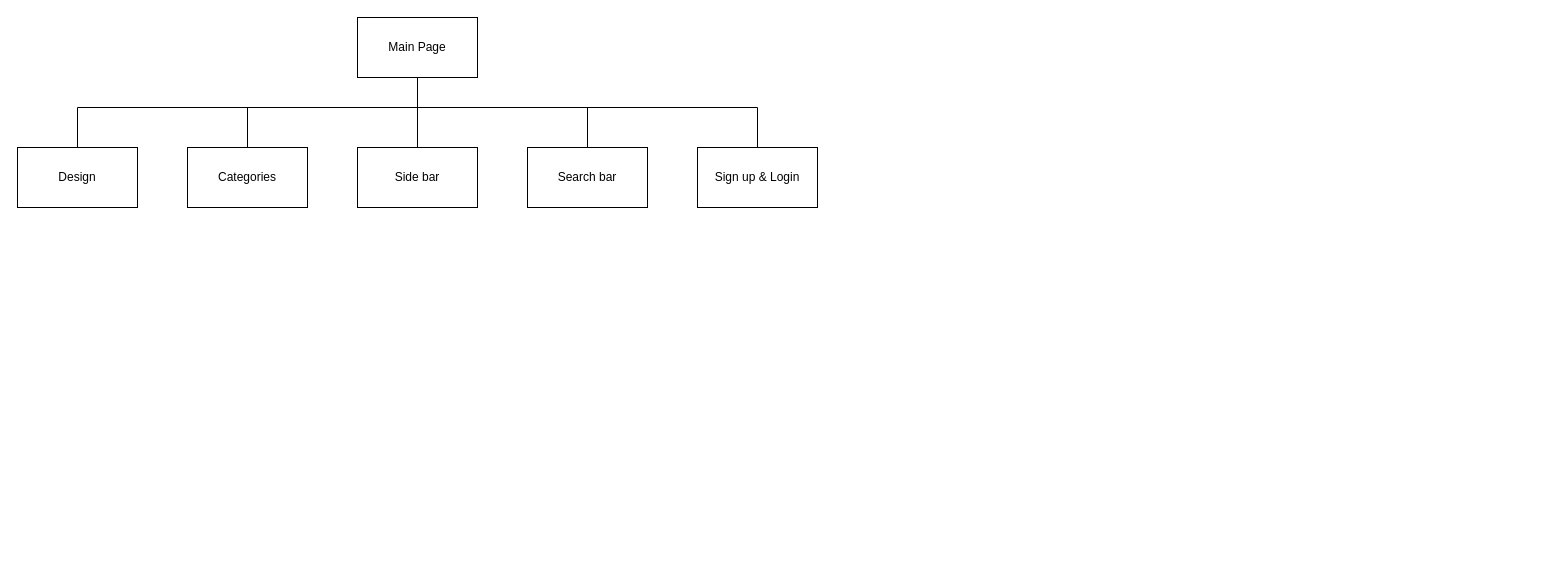
This is Untitled Diagram.drawio from cpssmgyu/Object-oriented-Programming-Assignment-, a draw.io file, before an edit. Source tidied: cells renumbered, new cells numbered last; positions are measured from the earlier drawing's top-left corner, leaving out a move shared by most shapes. Both pictures are drawn from the tidied source at 100%, with x=0, y=0 at pixel (17, 17).
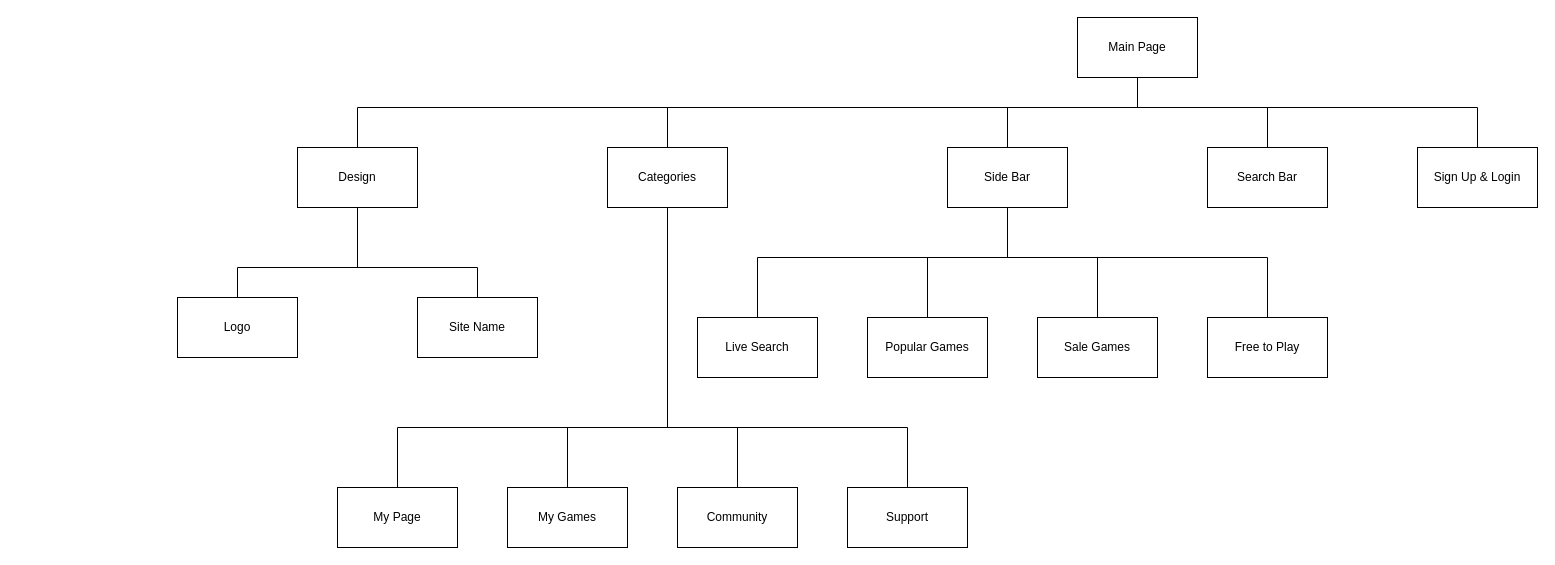
The same page after the edit.

Change to the diagram source:
```diff
@@
     <mxCell id="2" value="Main Page" style="rounded=0;whiteSpace=wrap;html=1;" parent="1" vertex="1">
-      <mxGeometry x="340" width="120" height="60" as="geometry" />
+      <mxGeometry x="1060" width="120" height="60" as="geometry" />
     </mxCell>
     <mxCell id="3" style="endArrow=none;html=1;entryX=0.5;entryY=1;entryDx=0;entryDy=0;" parent="1" edge="1" target="2">
       <mxGeometry relative="1" as="geometry">
-        <mxPoint x="400" y="90" as="sourcePoint" />
+        <mxPoint x="1120" y="90" as="sourcePoint" />
       </mxGeometry>
     </mxCell>
     <mxCell id="4" style="endArrow=none;html=1;" parent="1" edge="1">
       <mxGeometry relative="1" as="geometry">
-        <mxPoint x="60" y="130" as="sourcePoint" />
-        <mxPoint x="60" y="90" as="targetPoint" />
+        <mxPoint x="340" y="130" as="sourcePoint" />
+        <mxPoint x="340" y="90" as="targetPoint" />
       </mxGeometry>
     </mxCell>
     <mxCell id="5" style="endArrow=none;html=1;" parent="1" edge="1">
       <mxGeometry relative="1" as="geometry">
-        <mxPoint x="740" y="90" as="sourcePoint" />
-        <mxPoint x="60" y="90" as="targetPoint" />
+        <mxPoint x="1460" y="90" as="sourcePoint" />
+        <mxPoint x="340" y="90" as="targetPoint" />
       </mxGeometry>
     </mxCell>
     <mxCell id="6" value="Design" style="rounded=0;whiteSpace=wrap;html=1;" parent="1" vertex="1">
-      <mxGeometry y="130" width="120" height="60" as="geometry" />
+      <mxGeometry x="280" y="130" width="120" height="60" as="geometry" />
     </mxCell>
     <mxCell id="7" style="endArrow=none;html=1;" parent="1" edge="1">
       <mxGeometry relative="1" as="geometry">
-        <mxPoint x="230" y="130" as="sourcePoint" />
-        <mxPoint x="230" y="90" as="targetPoint" />
+        <mxPoint x="650" y="130" as="sourcePoint" />
+        <mxPoint x="650" y="90" as="targetPoint" />
       </mxGeometry>
     </mxCell>
     <mxCell id="8" value="Categories" style="rounded=0;whiteSpace=wrap;html=1;" parent="1" vertex="1">
-      <mxGeometry x="170" y="130" width="120" height="60" as="geometry" />
+      <mxGeometry x="590" y="130" width="120" height="60" as="geometry" />
     </mxCell>
-    <mxCell id="9" style="endArrow=none;html=1;" parent="1" edge="1">
+    <mxCell id="9" style="endArrow=none;html=1;" parent="1" edge="1" source="10">
       <mxGeometry relative="1" as="geometry">
-        <mxPoint x="400" y="130" as="sourcePoint" />
-        <mxPoint x="400" y="90" as="targetPoint" />
+        <mxPoint x="990" y="90" as="targetPoint" />
       </mxGeometry>
     </mxCell>
-    <mxCell id="10" value="Side bar" style="rounded=0;whiteSpace=wrap;html=1;" parent="1" vertex="1">
-      <mxGeometry x="340" y="130" width="120" height="60" as="geometry" />
+    <mxCell id="10" value="Side Bar" style="rounded=0;whiteSpace=wrap;html=1;" parent="1" vertex="1">
+      <mxGeometry x="930" y="130" width="120" height="60" as="geometry" />
     </mxCell>
     <mxCell id="11" style="endArrow=none;html=1;" parent="1" edge="1">
       <mxGeometry relative="1" as="geometry">
-        <mxPoint x="740" y="130" as="sourcePoint" />
-        <mxPoint x="740" y="90" as="targetPoint" />
+        <mxPoint x="1460" y="130" as="sourcePoint" />
+        <mxPoint x="1460" y="90" as="targetPoint" />
       </mxGeometry>
     </mxCell>
-    <mxCell id="12" value="Sign up &amp;amp; Login" style="rounded=0;whiteSpace=wrap;html=1;" parent="1" vertex="1">
-      <mxGeometry x="680" y="130" width="120" height="60" as="geometry" />
+    <mxCell id="12" value="Sign Up &amp;amp; Login" style="rounded=0;whiteSpace=wrap;html=1;" parent="1" vertex="1">
+      <mxGeometry x="1400" y="130" width="120" height="60" as="geometry" />
     </mxCell>
     <mxCell id="13" style="endArrow=none;html=1;" parent="1" edge="1">
       <mxGeometry relative="1" as="geometry">
-        <mxPoint x="570" y="130" as="sourcePoint" />
-        <mxPoint x="570" y="90" as="targetPoint" />
+        <mxPoint x="1250" y="130" as="sourcePoint" />
+        <mxPoint x="1250" y="90" as="targetPoint" />
       </mxGeometry>
     </mxCell>
-    <mxCell id="14" value="Search bar" style="rounded=0;whiteSpace=wrap;html=1;" parent="1" vertex="1">
-      <mxGeometry x="510" y="130" width="120" height="60" as="geometry" />
+    <mxCell id="14" value="Search Bar" style="rounded=0;whiteSpace=wrap;html=1;" parent="1" vertex="1">
+      <mxGeometry x="1190" y="130" width="120" height="60" as="geometry" />
     </mxCell>
+    <mxCell id="15" style="endArrow=none;html=1;entryX=0.5;entryY=1;entryDx=0;entryDy=0;" parent="1" edge="1" target="6">
+      <mxGeometry relative="1" as="geometry">
+        <mxPoint x="340" y="250" as="sourcePoint" />
+      </mxGeometry>
+    </mxCell>
+    <mxCell id="16" value="Logo" style="rounded=0;whiteSpace=wrap;html=1;" parent="1" vertex="1">
+      <mxGeometry x="160" y="280" width="120" height="60" as="geometry" />
+    </mxCell>
+    <mxCell id="17" style="endArrow=none;html=1;" parent="1" edge="1">
+      <mxGeometry relative="1" as="geometry">
+        <mxPoint x="220" y="250" as="sourcePoint" />
+        <mxPoint x="460" y="250" as="targetPoint" />
+      </mxGeometry>
+    </mxCell>
+    <mxCell id="18" style="endArrow=none;html=1;exitX=0.5;exitY=0;exitDx=0;exitDy=0;" parent="1" edge="1" source="16">
+      <mxGeometry relative="1" as="geometry">
+        <mxPoint x="220" y="250" as="targetPoint" />
+      </mxGeometry>
+    </mxCell>
+    <mxCell id="19" style="endArrow=none;html=1;" parent="1" edge="1">
+      <mxGeometry relative="1" as="geometry">
+        <mxPoint x="460" y="280" as="sourcePoint" />
+        <mxPoint x="460" y="250" as="targetPoint" />
+      </mxGeometry>
+    </mxCell>
+    <mxCell id="20" value="Site Name" style="rounded=0;whiteSpace=wrap;html=1;" parent="1" vertex="1">
+      <mxGeometry x="400" y="280" width="120" height="60" as="geometry" />
+    </mxCell>
+    <mxCell id="21" style="endArrow=none;html=1;entryX=0.5;entryY=1;entryDx=0;entryDy=0;" parent="1" edge="1" target="8">
+      <mxGeometry relative="1" as="geometry">
+        <mxPoint x="650" y="410" as="sourcePoint" />
+      </mxGeometry>
+    </mxCell>
+    <mxCell id="22" style="endArrow=none;html=1;" parent="1" edge="1">
+      <mxGeometry relative="1" as="geometry">
+        <mxPoint x="380" y="410" as="sourcePoint" />
+        <mxPoint x="890" y="410" as="targetPoint" />
+      </mxGeometry>
+    </mxCell>
+    <mxCell id="23" style="endArrow=none;html=1;" parent="1" edge="1">
+      <mxGeometry relative="1" as="geometry">
+        <mxPoint x="380" y="410" as="sourcePoint" />
+        <mxPoint x="380" y="470" as="targetPoint" />
+      </mxGeometry>
+    </mxCell>
+    <mxCell id="24" style="endArrow=none;html=1;" parent="1" edge="1">
+      <mxGeometry relative="1" as="geometry">
+        <mxPoint x="550" y="410" as="sourcePoint" />
+        <mxPoint x="550" y="470" as="targetPoint" />
+      </mxGeometry>
+    </mxCell>
+    <mxCell id="25" value="My Page" style="rounded=0;whiteSpace=wrap;html=1;" parent="1" vertex="1">
+      <mxGeometry x="320" y="470" width="120" height="60" as="geometry" />
+    </mxCell>
+    <mxCell id="26" value="My Games" style="rounded=0;whiteSpace=wrap;html=1;" parent="1" vertex="1">
+      <mxGeometry x="490" y="470" width="120" height="60" as="geometry" />
+    </mxCell>
+    <mxCell id="27" style="endArrow=none;html=1;" parent="1" edge="1">
+      <mxGeometry relative="1" as="geometry">
+        <mxPoint x="720" y="410" as="sourcePoint" />
+        <mxPoint x="720" y="470" as="targetPoint" />
+      </mxGeometry>
+    </mxCell>
+    <mxCell id="28" value="Community" style="rounded=0;whiteSpace=wrap;html=1;" parent="1" vertex="1">
+      <mxGeometry x="660" y="470" width="120" height="60" as="geometry" />
+    </mxCell>
+    <mxCell id="29" style="endArrow=none;html=1;" parent="1" edge="1">
+      <mxGeometry relative="1" as="geometry">
+        <mxPoint x="890" y="410" as="sourcePoint" />
+        <mxPoint x="890" y="470" as="targetPoint" />
+      </mxGeometry>
+    </mxCell>
+    <mxCell id="30" value="Support" style="rounded=0;whiteSpace=wrap;html=1;" parent="1" vertex="1">
+      <mxGeometry x="830" y="470" width="120" height="60" as="geometry" />
+    </mxCell>
+    <mxCell id="31" style="endArrow=none;html=1;" parent="1" edge="1">
+      <mxGeometry relative="1" as="geometry">
+        <mxPoint x="740" y="240" as="sourcePoint" />
+        <mxPoint x="1250" y="240" as="targetPoint" />
+      </mxGeometry>
+    </mxCell>
+    <mxCell id="32" style="endArrow=none;html=1;" parent="1" edge="1">
+      <mxGeometry relative="1" as="geometry">
+        <mxPoint x="740" y="240" as="sourcePoint" />
+        <mxPoint x="740" y="300" as="targetPoint" />
+      </mxGeometry>
+    </mxCell>
+    <mxCell id="33" style="endArrow=none;html=1;" parent="1" edge="1">
+      <mxGeometry relative="1" as="geometry">
+        <mxPoint x="910" y="240" as="sourcePoint" />
+        <mxPoint x="910" y="300" as="targetPoint" />
+      </mxGeometry>
+    </mxCell>
+    <mxCell id="34" value="Live Search" style="rounded=0;whiteSpace=wrap;html=1;" parent="1" vertex="1">
+      <mxGeometry x="680" y="300" width="120" height="60" as="geometry" />
+    </mxCell>
+    <mxCell id="35" value="Popular Games" style="rounded=0;whiteSpace=wrap;html=1;" parent="1" vertex="1">
+      <mxGeometry x="850" y="300" width="120" height="60" as="geometry" />
+    </mxCell>
+    <mxCell id="36" style="endArrow=none;html=1;" parent="1" edge="1">
+      <mxGeometry relative="1" as="geometry">
+        <mxPoint x="1080" y="240" as="sourcePoint" />
+        <mxPoint x="1080" y="300" as="targetPoint" />
+      </mxGeometry>
+    </mxCell>
+    <mxCell id="37" value="Sale Games" style="rounded=0;whiteSpace=wrap;html=1;" parent="1" vertex="1">
+      <mxGeometry x="1020" y="300" width="120" height="60" as="geometry" />
+    </mxCell>
+    <mxCell id="38" style="endArrow=none;html=1;" parent="1" edge="1">
+      <mxGeometry relative="1" as="geometry">
+        <mxPoint x="1250" y="240" as="sourcePoint" />
+        <mxPoint x="1250" y="300" as="targetPoint" />
+      </mxGeometry>
+    </mxCell>
+    <mxCell id="39" value="Free to Play" style="rounded=0;whiteSpace=wrap;html=1;" parent="1" vertex="1">
+      <mxGeometry x="1190" y="300" width="120" height="60" as="geometry" />
+    </mxCell>
+    <mxCell id="40" style="endArrow=none;html=1;entryX=0.5;entryY=1;entryDx=0;entryDy=0;" parent="1" edge="1" target="10">
+      <mxGeometry relative="1" as="geometry">
+        <mxPoint x="990" y="240" as="sourcePoint" />
+      </mxGeometry>
+    </mxCell>
```
